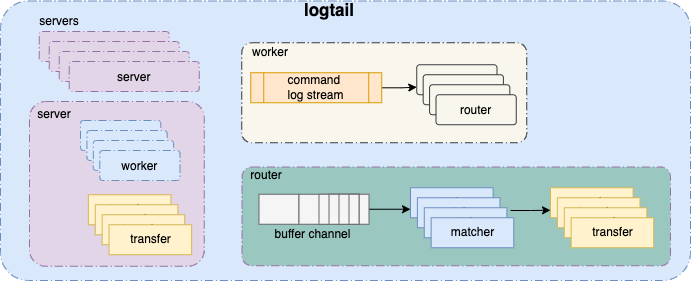
vogo/vogo.github.io keeps this draw.io diagram as logtail/logtail-architecture-v2.png. Above is the earlier version. Source tidied: cells renumbered, new cells last; positions are measured from the earlier drawing's top-left corner, leaving out a move shared by most shapes.
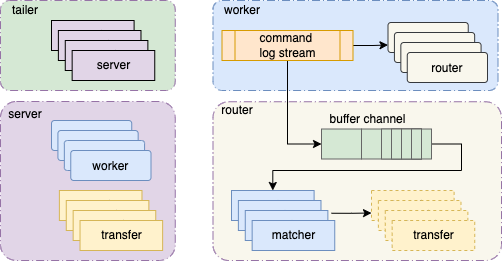
Later version of the same file.

Commit message:
update logtail arch

Change to the diagram source:
```diff
@@ -2,94 +2,86 @@
   <root>
     <mxCell id="0" />
     <mxCell id="1" parent="0" />
-    <mxCell id="2" style="rounded=1;arcSize=10;dashed=1;strokeColor=#6c8ebf;fillColor=#dae8fc;dashPattern=8 3 1 3;strokeWidth=1;" parent="1" vertex="1">
-      <mxGeometry y="0.5" width="690" height="279.5" as="geometry" />
-    </mxCell>
+    <mxCell id="51" style="rounded=1;arcSize=10;dashed=1;strokeColor=#9673a6;fillColor=#D5E8D4;dashPattern=8 3 1 3;strokeWidth=1;" parent="1" vertex="1">
+      <mxGeometry x="29" width="174.8" height="90" as="geometry" />
+    </mxCell>
-    <mxCell id="3" style="rounded=1;arcSize=10;dashed=1;strokeColor=#36393d;fillColor=#f9f7ed;dashPattern=8 3 1 3;strokeWidth=1;" parent="1" vertex="1">
-      <mxGeometry x="241.2" y="42.2" width="285" height="100" as="geometry" />
+    <mxCell id="3" style="rounded=1;arcSize=10;dashed=1;strokeColor=#6c8ebf;fillColor=#dae8fc;dashPattern=8 3 1 3;strokeWidth=1;" parent="1" vertex="1">
+      <mxGeometry x="241.5" width="285" height="90" as="geometry" />
     </mxCell>
-    <mxCell id="4" style="rounded=1;arcSize=10;dashed=1;strokeColor=#9673a6;dashPattern=8 3 1 3;strokeWidth=1;fillColor=#9AC7BF;" parent="1" vertex="1">
-      <mxGeometry x="241.5" y="166.5" width="428.5" height="98.8" as="geometry" />
+    <mxCell id="4" style="rounded=1;arcSize=10;dashed=1;strokeColor=#9673a6;dashPattern=8 3 1 3;strokeWidth=1;fillColor=#F9F7ED;" parent="1" vertex="1">
+      <mxGeometry x="241.5" y="101.2" width="288.5" height="158.8" as="geometry" />
     </mxCell>
-    <mxCell id="5" style="rounded=1;arcSize=10;dashed=1;strokeColor=#9673a6;fillColor=#e1d5e7;dashPattern=8 3 1 3;strokeWidth=1;" parent="1" vertex="1">
-      <mxGeometry x="29" y="101" width="174.8" height="164.8" as="geometry" />
+    <mxCell id="5" style="rounded=1;arcSize=10;dashed=1;strokeColor=#9673a6;fillColor=#E1D5E7;dashPattern=8 3 1 3;strokeWidth=1;" parent="1" vertex="1">
+      <mxGeometry x="29" y="101" width="174.8" height="159" as="geometry" />
     </mxCell>
-    <mxCell id="6" value="server" style="rounded=1;arcSize=10;dashed=1;strokeColor=#9673a6;fillColor=#e1d5e7;dashPattern=8 3 1 3;strokeWidth=1;" parent="1" vertex="1">
-      <mxGeometry x="38.8" y="31" width="130" height="30" as="geometry" />
-    </mxCell>
-    <mxCell id="7" value="logtail" style="text;html=1;strokeColor=none;fillColor=none;align=center;verticalAlign=middle;whiteSpace=wrap;rounded=0;fontStyle=1;fontSize=17;" parent="1" vertex="1">
-      <mxGeometry x="308.5" width="40" height="20" as="geometry" />
-    </mxCell>
     <mxCell id="8" value="buffer channel" style="text;html=1;strokeColor=none;fillColor=none;align=center;verticalAlign=middle;whiteSpace=wrap;rounded=0;" parent="1" vertex="1">
-      <mxGeometry x="266" y="223.8" width="92.5" height="20" as="geometry" />
+      <mxGeometry x="350" y="108.5" width="92.5" height="20" as="geometry" />
     </mxCell>
-    <mxCell id="9" style="edgeStyle=orthogonalEdgeStyle;rounded=0;jettySize=auto;html=1;entryX=0;entryY=0.5;entryDx=0;entryDy=0;exitX=1;exitY=0.5;exitDx=0;exitDy=0;fillColor=#0050ef;strokeColor=default;" parent="1" edge="1" source="13">
+    <mxCell id="9" style="edgeStyle=orthogonalEdgeStyle;rounded=0;jettySize=auto;html=1;entryX=0.5;entryY=0;entryDx=0;entryDy=0;exitX=1;exitY=0.5;exitDx=0;exitDy=0;fillColor=#0050ef;strokeColor=default;" parent="1" edge="1" source="13" target="36">
       <mxGeometry relative="1" as="geometry">
-        <mxPoint x="410" y="208.8" as="targetPoint" />
+        <Array as="points">
+          <mxPoint x="490" y="144" />
+          <mxPoint x="490" y="170" />
+          <mxPoint x="301" y="170" />
+        </Array>
       </mxGeometry>
     </mxCell>
-    <mxCell id="10" style="rounded=0;whiteSpace=wrap;html=1;strokeWidth=1;fillColor=#f5f5f5;strokeColor=#666666;fontColor=#333333;" parent="1" vertex="1">
-      <mxGeometry x="258.5" y="193.8" width="40" height="30" as="geometry" />
+    <mxCell id="10" style="rounded=0;whiteSpace=wrap;html=1;strokeWidth=1;fillColor=#D5E8D4;strokeColor=#666666;fontColor=#333333;" parent="1" vertex="1">
+      <mxGeometry x="350" y="128.5" width="40" height="30" as="geometry" />
     </mxCell>
-    <mxCell id="11" style="rounded=0;whiteSpace=wrap;html=1;strokeWidth=1;fillColor=#f5f5f5;strokeColor=#666666;fontColor=#333333;" parent="1" vertex="1">
-      <mxGeometry x="298.5" y="193.8" width="40" height="30" as="geometry" />
+    <mxCell id="11" style="rounded=0;whiteSpace=wrap;html=1;strokeWidth=1;fillColor=#D5E8D4;strokeColor=#666666;fontColor=#333333;" parent="1" vertex="1">
+      <mxGeometry x="390" y="128.5" width="40" height="30" as="geometry" />
     </mxCell>
-    <mxCell id="12" style="rounded=0;whiteSpace=wrap;html=1;strokeWidth=1;fillColor=#f5f5f5;strokeColor=#666666;fontColor=#333333;" parent="1" vertex="1">
-      <mxGeometry x="318.5" y="193.8" width="40" height="30" as="geometry" />
+    <mxCell id="12" style="rounded=0;whiteSpace=wrap;html=1;strokeWidth=1;fillColor=#D5E8D4;strokeColor=#666666;fontColor=#333333;" parent="1" vertex="1">
+      <mxGeometry x="410" y="128.5" width="40" height="30" as="geometry" />
     </mxCell>
-    <mxCell id="13" style="rounded=0;whiteSpace=wrap;html=1;strokeWidth=1;fillColor=#f5f5f5;strokeColor=#666666;fontColor=#333333;" parent="1" vertex="1">
-      <mxGeometry x="328.5" y="193.8" width="40" height="30" as="geometry" />
+    <mxCell id="13" style="rounded=0;whiteSpace=wrap;html=1;strokeWidth=1;fillColor=#D5E8D4;strokeColor=#666666;fontColor=#333333;" parent="1" vertex="1">
+      <mxGeometry x="420" y="128.5" width="40" height="30" as="geometry" />
     </mxCell>
-    <mxCell id="14" style="rounded=0;whiteSpace=wrap;html=1;strokeWidth=1;fillColor=#f5f5f5;strokeColor=#666666;fontColor=#333333;" parent="1" vertex="1">
-      <mxGeometry x="338.5" y="193.8" width="20" height="30" as="geometry" />
+    <mxCell id="14" style="rounded=0;whiteSpace=wrap;html=1;strokeWidth=1;fillColor=#D5E8D4;strokeColor=#666666;fontColor=#333333;" parent="1" vertex="1">
+      <mxGeometry x="430" y="128.5" width="20" height="30" as="geometry" />
     </mxCell>
-    <mxCell id="15" style="rounded=0;whiteSpace=wrap;html=1;strokeWidth=1;fillColor=#f5f5f5;strokeColor=#666666;fontColor=#333333;" parent="1" vertex="1">
-      <mxGeometry x="348.5" y="193.8" width="10" height="30" as="geometry" />
+    <mxCell id="15" style="rounded=0;whiteSpace=wrap;html=1;strokeWidth=1;fillColor=#D5E8D4;strokeColor=#666666;fontColor=#333333;" parent="1" vertex="1">
+      <mxGeometry x="440" y="128.5" width="10" height="30" as="geometry" />
     </mxCell>
     <mxCell id="16" value="worker" style="text;html=1;strokeColor=none;fillColor=none;align=center;verticalAlign=middle;whiteSpace=wrap;rounded=0;" parent="1" vertex="1">
-      <mxGeometry x="250.2" y="42.2" width="40" height="20" as="geometry" />
+      <mxGeometry x="250.5" width="40" height="20" as="geometry" />
     </mxCell>
     <mxCell id="17" style="edgeStyle=orthogonalEdgeStyle;rounded=0;jettySize=auto;html=1;entryX=0;entryY=0.75;entryDx=0;entryDy=0;" parent="1" edge="1" source="18" target="31">
       <mxGeometry relative="1" as="geometry" />
     </mxCell>
+    <mxCell id="52" style="edgeStyle=orthogonalEdgeStyle;rounded=0;jettySize=auto;html=1;entryX=0;entryY=0.5;entryDx=0;entryDy=0;exitX=0.5;exitY=1;exitDx=0;exitDy=0;" parent="1" edge="1" source="18" target="10">
+      <mxGeometry relative="1" as="geometry" />
+    </mxCell>
     <mxCell id="18" value="command &lt;br&gt;log stream" style="shape=process;whiteSpace=wrap;html=1;backgroundOutline=1;fillColor=#ffe6cc;strokeColor=#d79b00;" parent="1" vertex="1">
-      <mxGeometry x="250.2" y="72.2" width="131" height="30" as="geometry" />
+      <mxGeometry x="250.5" y="30" width="131" height="30" as="geometry" />
     </mxCell>
     <mxCell id="19" value="server" style="text;html=1;strokeColor=none;fillColor=none;align=center;verticalAlign=middle;whiteSpace=wrap;rounded=0;" parent="1" vertex="1">
       <mxGeometry x="33.8" y="104.2" width="40" height="20" as="geometry" />
     </mxCell>
-    <mxCell id="20" value="server" style="rounded=1;arcSize=10;dashed=1;strokeColor=#9673a6;fillColor=#e1d5e7;dashPattern=8 3 1 3;strokeWidth=1;" parent="1" vertex="1">
-      <mxGeometry x="48.8" y="41" width="130" height="30" as="geometry" />
-    </mxCell>
-    <mxCell id="21" value="server" style="rounded=1;arcSize=10;dashed=1;strokeColor=#9673a6;fillColor=#e1d5e7;dashPattern=8 3 1 3;strokeWidth=1;" parent="1" vertex="1">
-      <mxGeometry x="58.8" y="51" width="130" height="30" as="geometry" />
-    </mxCell>
-    <mxCell id="22" value="server" style="rounded=1;arcSize=10;dashed=1;strokeColor=#9673a6;fillColor=#e1d5e7;dashPattern=8 3 1 3;strokeWidth=1;" parent="1" vertex="1">
-      <mxGeometry x="68.8" y="61" width="130" height="30" as="geometry" />
-    </mxCell>
-    <mxCell id="23" value="servers" style="text;html=1;strokeColor=none;fillColor=none;align=center;verticalAlign=middle;whiteSpace=wrap;rounded=0;" parent="1" vertex="1">
-      <mxGeometry x="33.8" y="11" width="50" height="20" as="geometry" />
+    <mxCell id="23" value="tailer" style="text;html=1;strokeColor=none;fillColor=none;align=center;verticalAlign=middle;whiteSpace=wrap;rounded=0;" parent="1" vertex="1">
+      <mxGeometry x="28.8" width="50" height="20" as="geometry" />
     </mxCell>
     <mxCell id="24" value="router" style="text;html=1;strokeColor=none;fillColor=none;align=center;verticalAlign=middle;whiteSpace=wrap;rounded=0;" parent="1" vertex="1">
-      <mxGeometry x="245.8" y="165.2" width="40" height="20" as="geometry" />
+      <mxGeometry x="245.8" y="100" width="40" height="20" as="geometry" />
     </mxCell>
     <mxCell id="25" style="group;" parent="1" vertex="1">
       <mxGeometry x="80" y="120" width="99.5" height="60" as="geometry" />
     </mxCell>
-    <mxCell id="26" value="worker" style="rounded=1;arcSize=10;dashed=1;strokeColor=#6c8ebf;fillColor=#dae8fc;dashPattern=8 3 1 3;strokeWidth=1;" parent="25" vertex="1">
+    <mxCell id="26" value="worker" style="rounded=1;arcSize=10;strokeColor=#6c8ebf;fillColor=#dae8fc;strokeWidth=1;" parent="25" vertex="1">
       <mxGeometry width="80.2" height="30" as="geometry" />
     </mxCell>
-    <mxCell id="27" value="worker" style="rounded=1;arcSize=10;dashed=1;strokeColor=#6c8ebf;fillColor=#dae8fc;dashPattern=8 3 1 3;strokeWidth=1;" parent="25" vertex="1">
+    <mxCell id="27" value="worker" style="rounded=1;arcSize=10;strokeColor=#6c8ebf;fillColor=#dae8fc;strokeWidth=1;" parent="25" vertex="1">
       <mxGeometry x="6.4" y="10" width="80.2" height="30" as="geometry" />
     </mxCell>
-    <mxCell id="28" value="worker" style="rounded=1;arcSize=10;dashed=1;strokeColor=#6c8ebf;fillColor=#dae8fc;dashPattern=8 3 1 3;strokeWidth=1;" parent="25" vertex="1">
+    <mxCell id="28" value="worker" style="rounded=1;arcSize=10;strokeColor=#6c8ebf;fillColor=#dae8fc;strokeWidth=1;" parent="25" vertex="1">
       <mxGeometry x="12.8" y="20" width="80.2" height="30" as="geometry" />
     </mxCell>
-    <mxCell id="29" value="worker" style="rounded=1;arcSize=10;dashed=1;strokeColor=#6c8ebf;fillColor=#dae8fc;dashPattern=8 3 1 3;strokeWidth=1;" parent="25" vertex="1">
+    <mxCell id="29" value="worker" style="rounded=1;arcSize=10;strokeColor=#6c8ebf;fillColor=#dae8fc;strokeWidth=1;" parent="25" vertex="1">
       <mxGeometry x="19.3" y="30" width="80.2" height="30" as="geometry" />
     </mxCell>
     <mxCell id="30" style="group;" parent="1" vertex="1">
-      <mxGeometry x="416.2" y="64.2" width="99.5" height="60" as="geometry" />
+      <mxGeometry x="416.5" y="22" width="99.5" height="60" as="geometry" />
     </mxCell>
     <mxCell id="31" value="router" style="rounded=1;arcSize=10;strokeColor=#36393d;fillColor=#f9f7ed;strokeWidth=1;" parent="30" vertex="1">
       <mxGeometry width="80.2" height="30" as="geometry" />
@@ -100,11 +92,11 @@
     <mxCell id="33" value="router" style="rounded=1;arcSize=10;strokeColor=#36393d;fillColor=#f9f7ed;strokeWidth=1;" parent="30" vertex="1">
       <mxGeometry x="12.8" y="20" width="80.2" height="30" as="geometry" />
     </mxCell>
-    <mxCell id="34" value="router" style="rounded=1;arcSize=10;strokeColor=#36393d;fillColor=#f9f7ed;strokeWidth=1;" parent="30" vertex="1">
+    <mxCell id="34" value="router" style="rounded=1;arcSize=10;strokeColor=#36393d;fillColor=#F9F7ED;strokeWidth=1;" parent="30" vertex="1">
       <mxGeometry x="19.3" y="30" width="80.2" height="30" as="geometry" />
     </mxCell>
     <mxCell id="35" style="group;" parent="1" vertex="1">
-      <mxGeometry x="410" y="187.2" width="103.2" height="60" as="geometry" />
+      <mxGeometry x="260" y="190" width="103.2" height="60" as="geometry" />
     </mxCell>
     <mxCell id="36" value="matcher" style="rounded=0;whiteSpace=wrap;html=1;fillColor=#dae8fc;strokeColor=#6c8ebf;" parent="35" vertex="1">
       <mxGeometry width="82.6" height="30" as="geometry" />
@@ -119,7 +111,7 @@
       <mxGeometry x="20.7" y="30" width="82.6" height="30" as="geometry" />
     </mxCell>
     <mxCell id="40" style="group;" parent="1" vertex="1">
-      <mxGeometry x="87.9" y="194.2" width="103.2" height="60" as="geometry" />
+      <mxGeometry x="87.9" y="190" width="103.2" height="60" as="geometry" />
     </mxCell>
     <mxCell id="41" value="transfer" style="rounded=0;whiteSpace=wrap;html=1;strokeWidth=1;fillColor=#fff2cc;strokeColor=#d6b656;" parent="40" vertex="1">
       <mxGeometry width="82.6" height="30" as="geometry" />
@@ -133,25 +125,40 @@
     <mxCell id="44" value="transfer" style="rounded=0;whiteSpace=wrap;html=1;strokeWidth=1;fillColor=#fff2cc;strokeColor=#d6b656;" parent="40" vertex="1">
       <mxGeometry x="20.6" y="30" width="82.6" height="30" as="geometry" />
     </mxCell>
-    <mxCell id="45" style="group;" parent="1" vertex="1">
-      <mxGeometry x="550" y="187.2" width="103.2" height="60" as="geometry" />
+    <mxCell id="45" style="group;dashed=1;" parent="1" vertex="1">
+      <mxGeometry x="400" y="190" width="103.2" height="60" as="geometry" />
     </mxCell>
-    <mxCell id="46" value="transfer" style="rounded=0;whiteSpace=wrap;html=1;strokeWidth=1;fillColor=#fff2cc;strokeColor=#d6b656;" parent="45" vertex="1">
+    <mxCell id="46" value="transfer" style="rounded=0;whiteSpace=wrap;html=1;strokeWidth=1;fillColor=#fff2cc;strokeColor=#d6b656;dashed=1;" parent="45" vertex="1">
       <mxGeometry width="82.6" height="30" as="geometry" />
     </mxCell>
-    <mxCell id="47" value="transfer" style="rounded=0;whiteSpace=wrap;html=1;strokeWidth=1;fillColor=#fff2cc;strokeColor=#d6b656;" parent="45" vertex="1">
+    <mxCell id="47" value="transfer" style="rounded=0;whiteSpace=wrap;html=1;strokeWidth=1;fillColor=#fff2cc;strokeColor=#d6b656;dashed=1;" parent="45" vertex="1">
       <mxGeometry x="6.9" y="10" width="82.6" height="30" as="geometry" />
     </mxCell>
-    <mxCell id="48" value="transfer" style="rounded=0;whiteSpace=wrap;html=1;strokeWidth=1;fillColor=#fff2cc;strokeColor=#d6b656;" parent="45" vertex="1">
+    <mxCell id="48" value="transfer" style="rounded=0;whiteSpace=wrap;html=1;strokeWidth=1;fillColor=#fff2cc;strokeColor=#d6b656;dashed=1;" parent="45" vertex="1">
       <mxGeometry x="13.8" y="20" width="82.6" height="30" as="geometry" />
     </mxCell>
-    <mxCell id="49" value="transfer" style="rounded=0;whiteSpace=wrap;html=1;strokeWidth=1;fillColor=#fff2cc;strokeColor=#d6b656;" parent="45" vertex="1">
+    <mxCell id="49" value="transfer" style="rounded=0;whiteSpace=wrap;html=1;strokeWidth=1;fillColor=#fff2cc;strokeColor=#d6b656;dashed=1;" parent="45" vertex="1">
       <mxGeometry x="20.6" y="30" width="82.6" height="30" as="geometry" />
     </mxCell>
     <mxCell id="50" style="edgeStyle=orthogonalEdgeStyle;rounded=0;jettySize=auto;html=1;entryX=0;entryY=0.75;entryDx=0;entryDy=0;strokeColor=default;" parent="1" edge="1" target="46">
       <mxGeometry relative="1" as="geometry">
-        <mxPoint x="510" y="210" as="sourcePoint" />
+        <mxPoint x="360" y="212.8" as="sourcePoint" />
       </mxGeometry>
     </mxCell>
+    <mxCell id="53" style="group;fillColor=none;" parent="1" vertex="1">
+      <mxGeometry x="80" y="20" width="103.2" height="60" as="geometry" />
+    </mxCell>
+    <mxCell id="54" value="transfer" style="rounded=0;whiteSpace=wrap;html=1;strokeWidth=1;fillColor=#E1D5E7;strokeColor=default;" parent="53" vertex="1">
+      <mxGeometry width="82.6" height="30" as="geometry" />
+    </mxCell>
+    <mxCell id="55" value="transfer" style="rounded=0;whiteSpace=wrap;html=1;strokeWidth=1;fillColor=#E1D5E7;strokeColor=default;" parent="53" vertex="1">
+      <mxGeometry x="6.9" y="10" width="82.6" height="30" as="geometry" />
+    </mxCell>
+    <mxCell id="56" value="transfer" style="rounded=0;whiteSpace=wrap;html=1;strokeWidth=1;fillColor=#E1D5E7;strokeColor=default;" parent="53" vertex="1">
+      <mxGeometry x="13.8" y="20" width="82.6" height="30" as="geometry" />
+    </mxCell>
+    <mxCell id="57" value="server" style="rounded=0;whiteSpace=wrap;html=1;strokeWidth=1;fillColor=#E1D5E7;strokeColor=default;" parent="53" vertex="1">
+      <mxGeometry x="20.6" y="30" width="82.6" height="30" as="geometry" />
+    </mxCell>
   </root>
 </mxGraphModel>
```
